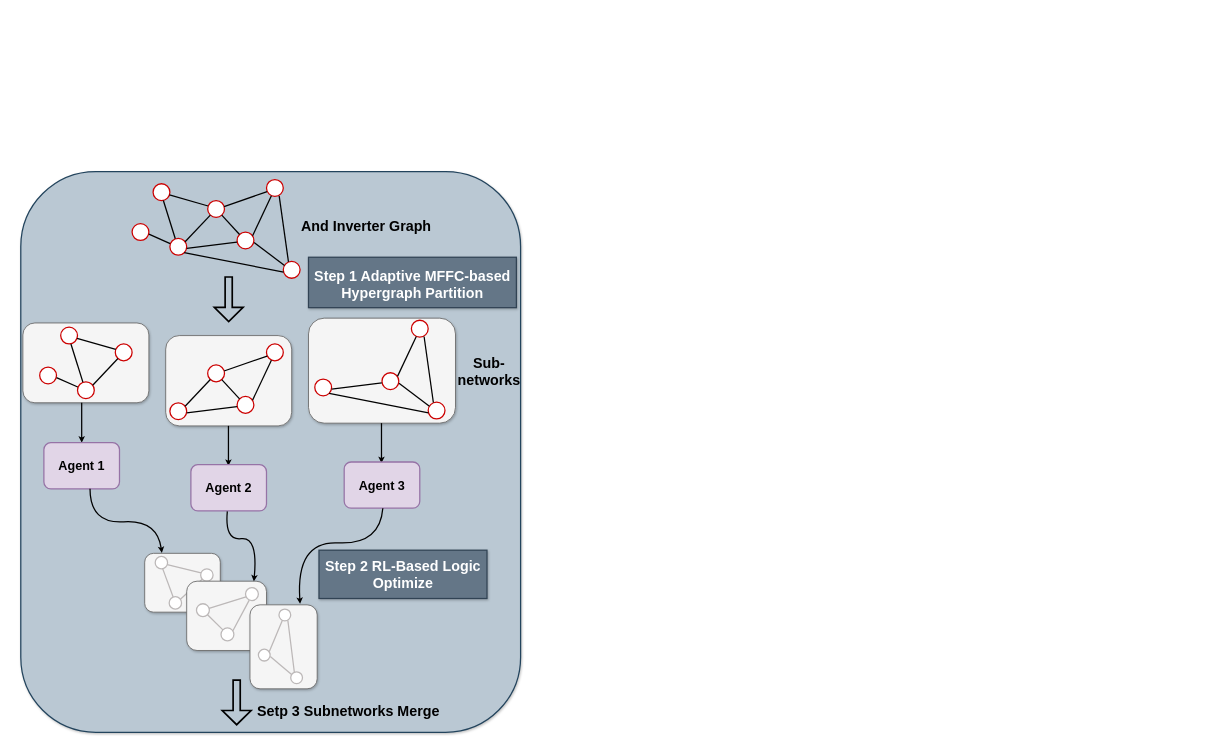
Above: explorationEngine.drawio in kxzhu0505/LogicSynOpt (draw.io), before the change. Source tidied: cells renumbered, new cells numbered last; positions are measured from the earlier drawing's top-left corner, leaving out a move shared by most shapes. Both pictures are drawn from the tidied source at 42%, with x=0, y=0 at pixel (21, 171).
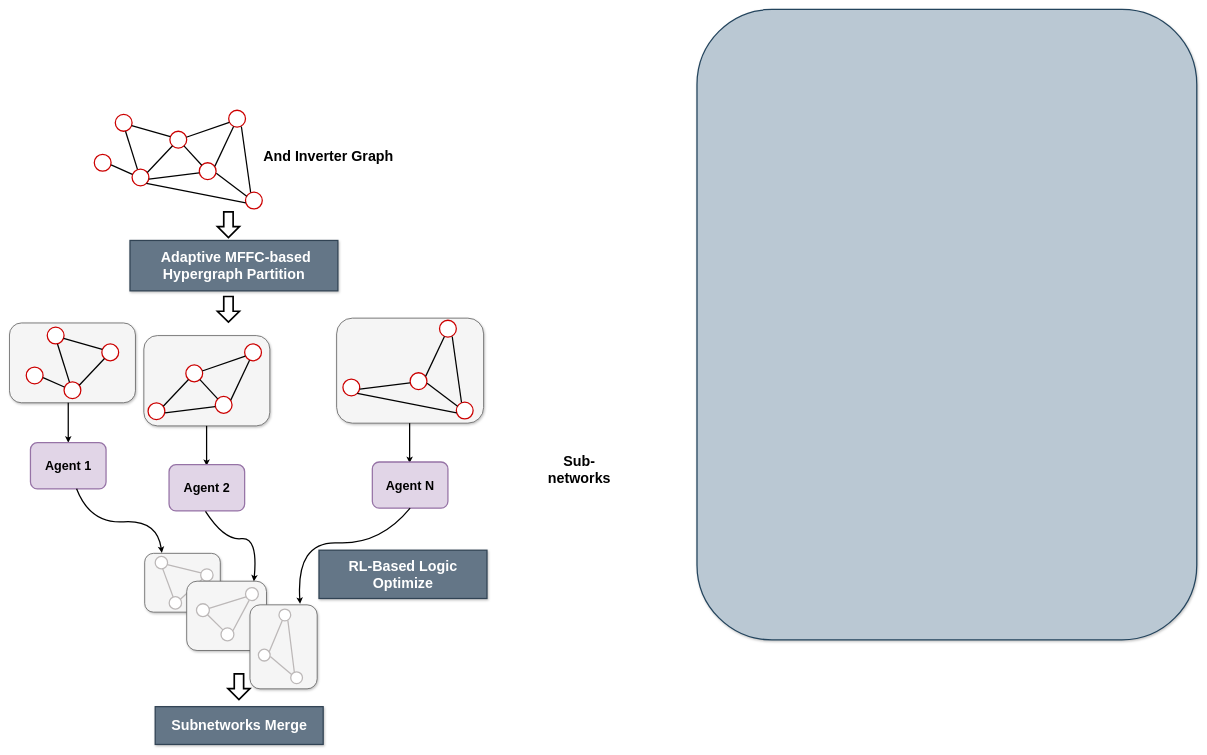
The same diagram, later.

The change refers to these unchanged cells:
```xml
<mxCell id="82" style="group;" parent="1" vertex="1">
  <mxGeometry x="55" y="550.5" width="1085" height="478.5" as="geometry" />
</mxCell>
```

Diff of the diagram source:
```diff
@@
     <mxCell id="2" style="rounded=1;whiteSpace=wrap;html=1;strokeWidth=3;shadow=1;fillColor=#bac8d3;strokeColor=#23445d;" parent="1" vertex="1">
-      <mxGeometry width="1190" height="1335" as="geometry" />
+      <mxGeometry x="1610" y="-386" width="1190" height="1501" as="geometry" />
     </mxCell>
     <mxCell id="3" style="rounded=1;whiteSpace=wrap;html=1;fillColor=#f5f5f5;fontColor=#333333;strokeColor=#666666;strokeWidth=2;shadow=1;" parent="1" vertex="1">
-      <mxGeometry x="685" y="349" width="350" height="250" as="geometry" />
+      <mxGeometry x="752" y="349" width="350" height="250" as="geometry" />
     </mxCell>
     <mxCell id="4" style="rounded=1;whiteSpace=wrap;html=1;fillColor=#f5f5f5;fontColor=#333333;strokeColor=#666666;strokeWidth=2;shadow=1;" parent="1" vertex="1">
-      <mxGeometry x="345" y="390.5" width="300" height="215" as="geometry" />
+      <mxGeometry x="293" y="390.5" width="300" height="215" as="geometry" />
     </mxCell>
     <mxCell id="5" style="rounded=1;whiteSpace=wrap;html=1;fillColor=#f5f5f5;fontColor=#333333;strokeColor=#666666;strokeWidth=2;shadow=1;" parent="1" vertex="1">
-      <mxGeometry x="5" y="360.5" width="300" height="190" as="geometry" />
+      <mxGeometry x="-27" y="360.5" width="300" height="190" as="geometry" />
     </mxCell>
-    <mxCell id="6" style="ellipse;whiteSpace=wrap;html=1;strokeColor=#CC0000;strokeWidth=3;" parent="1" vertex="1">
-      <mxGeometry x="315" y="29" width="40" height="40" as="geometry" />
-    </mxCell>
-    <mxCell id="7" style="ellipse;whiteSpace=wrap;html=1;strokeColor=#CC0000;strokeWidth=3;" parent="1" vertex="1">
-      <mxGeometry x="355" y="159" width="40" height="40" as="geometry" />
-    </mxCell>
-    <mxCell id="8" style="ellipse;whiteSpace=wrap;html=1;strokeColor=#CC0000;strokeWidth=3;" parent="1" vertex="1">
-      <mxGeometry x="445" y="69" width="40" height="40" as="geometry" />
-    </mxCell>
-    <mxCell id="9" style="ellipse;whiteSpace=wrap;html=1;strokeColor=#CC0000;strokeWidth=3;" parent="1" vertex="1">
-      <mxGeometry x="515" y="144" width="40" height="40" as="geometry" />
-    </mxCell>
-    <mxCell id="10" style="ellipse;whiteSpace=wrap;html=1;strokeColor=#CC0000;strokeWidth=3;" parent="1" vertex="1">
-      <mxGeometry x="585" y="19" width="40" height="40" as="geometry" />
-    </mxCell>
-    <mxCell id="11" style="ellipse;whiteSpace=wrap;html=1;strokeColor=#CC0000;strokeWidth=3;" parent="1" vertex="1">
-      <mxGeometry x="625" y="214" width="40" height="40" as="geometry" />
-    </mxCell>
-    <mxCell id="12" style="ellipse;whiteSpace=wrap;html=1;strokeColor=#CC0000;strokeWidth=3;" parent="1" vertex="1">
-      <mxGeometry x="265" y="124" width="40" height="40" as="geometry" />
-    </mxCell>
-    <mxCell id="13" style="endArrow=none;html=1;rounded=0;strokeWidth=3;exitX=0.017;exitY=0.313;exitDx=0;exitDy=0;exitPerimeter=0;" parent="1" edge="1" source="7">
-      <mxGeometry relative="1" as="geometry">
-        <mxPoint x="305" y="149" as="targetPoint" />
-      </mxGeometry>
-    </mxCell>
-    <mxCell id="14" style="endArrow=none;html=1;rounded=0;strokeWidth=3;exitX=0.321;exitY=0.022;exitDx=0;exitDy=0;exitPerimeter=0;entryX=0.609;entryY=1;entryDx=0;entryDy=0;entryPerimeter=0;" parent="1" edge="1" source="7" target="6">
-      <mxGeometry relative="1" as="geometry" />
-    </mxCell>
-    <mxCell id="15" style="endArrow=none;html=1;rounded=0;strokeWidth=3;exitX=0.027;exitY=0.324;exitDx=0;exitDy=0;exitPerimeter=0;entryX=0.974;entryY=0.663;entryDx=0;entryDy=0;entryPerimeter=0;" parent="1" edge="1" source="8" target="6">
-      <mxGeometry relative="1" as="geometry" />
-    </mxCell>
-    <mxCell id="16" style="endArrow=none;html=1;rounded=0;strokeWidth=3;exitX=0.906;exitY=0.204;exitDx=0;exitDy=0;exitPerimeter=0;" parent="1" edge="1" source="7" target="8">
-      <mxGeometry relative="1" as="geometry" />
-    </mxCell>
-    <mxCell id="17" style="endArrow=none;html=1;rounded=0;strokeWidth=3;exitX=1.003;exitY=0.597;exitDx=0;exitDy=0;exitPerimeter=0;entryX=-0.006;entryY=0.597;entryDx=0;entryDy=0;entryPerimeter=0;" parent="1" edge="1" source="7" target="9">
-      <mxGeometry relative="1" as="geometry" />
-    </mxCell>
-    <mxCell id="18" style="endArrow=none;html=1;rounded=0;strokeWidth=3;entryX=0;entryY=0;entryDx=0;entryDy=0;" parent="1" edge="1" source="8" target="9">
-      <mxGeometry relative="1" as="geometry" />
-    </mxCell>
-    <mxCell id="19" style="endArrow=none;html=1;rounded=0;strokeWidth=3;exitX=0.975;exitY=0.358;exitDx=0;exitDy=0;exitPerimeter=0;entryX=0.04;entryY=0.72;entryDx=0;entryDy=0;entryPerimeter=0;" parent="1" edge="1" source="8" target="10">
-      <mxGeometry relative="1" as="geometry" />
-    </mxCell>
-    <mxCell id="20" style="endArrow=none;html=1;rounded=0;strokeWidth=3;entryX=0.923;entryY=0.216;entryDx=0;entryDy=0;exitX=0.292;exitY=0.963;exitDx=0;exitDy=0;exitPerimeter=0;entryPerimeter=0;" parent="1" edge="1" source="10" target="9">
-      <mxGeometry relative="1" as="geometry" />
-    </mxCell>
-    <mxCell id="21" style="endArrow=none;html=1;rounded=0;strokeWidth=3;exitX=1.012;exitY=0.625;exitDx=0;exitDy=0;exitPerimeter=0;entryX=0.073;entryY=0.237;entryDx=0;entryDy=0;entryPerimeter=0;" parent="1" edge="1" source="9" target="11">
-      <mxGeometry relative="1" as="geometry" />
-    </mxCell>
-    <mxCell id="22" style="endArrow=none;html=1;rounded=0;strokeWidth=3;entryX=0.308;entryY=0.021;entryDx=0;entryDy=0;exitX=0.755;exitY=0.968;exitDx=0;exitDy=0;exitPerimeter=0;entryPerimeter=0;" parent="1" edge="1" source="10" target="11">
-      <mxGeometry relative="1" as="geometry" />
-    </mxCell>
     <mxCell id="23" style="ellipse;whiteSpace=wrap;html=1;strokeColor=#CC0000;strokeWidth=3;" parent="1" vertex="1">
-      <mxGeometry x="95" y="370.5" width="40" height="40" as="geometry" />
+      <mxGeometry x="63" y="370.5" width="40" height="40" as="geometry" />
     </mxCell>
     <mxCell id="24" style="ellipse;whiteSpace=wrap;html=1;strokeColor=#CC0000;strokeWidth=3;" parent="1" vertex="1">
-      <mxGeometry x="135" y="500.5" width="40" height="40" as="geometry" />
+      <mxGeometry x="103" y="500.5" width="40" height="40" as="geometry" />
     </mxCell>
     <mxCell id="25" style="ellipse;whiteSpace=wrap;html=1;strokeColor=#CC0000;strokeWidth=3;" parent="1" vertex="1">
-      <mxGeometry x="225" y="410.5" width="40" height="40" as="geometry" />
+      <mxGeometry x="193" y="410.5" width="40" height="40" as="geometry" />
     </mxCell>
     <mxCell id="26" style="ellipse;whiteSpace=wrap;html=1;strokeColor=#CC0000;strokeWidth=3;" parent="1" vertex="1">
-      <mxGeometry x="45" y="465.5" width="40" height="40" as="geometry" />
+      <mxGeometry x="13" y="465.5" width="40" height="40" as="geometry" />
     </mxCell>
     <mxCell id="27" style="endArrow=none;html=1;rounded=0;strokeWidth=3;exitX=0.017;exitY=0.313;exitDx=0;exitDy=0;exitPerimeter=0;" parent="1" edge="1" source="24">
       <mxGeometry relative="1" as="geometry">
-        <mxPoint x="85" y="490.5" as="targetPoint" />
+        <mxPoint x="53" y="490.5" as="targetPoint" />
       </mxGeometry>
     </mxCell>
@@
-    <mxCell id="31" style="endArrow=none;html=1;rounded=0;strokeWidth=3;exitX=1;exitY=1;exitDx=0;exitDy=0;entryX=0.018;entryY=0.633;entryDx=0;entryDy=0;entryPerimeter=0;" parent="1" edge="1" source="7" target="11">
-      <mxGeometry relative="1" as="geometry" />
-    </mxCell>
     <mxCell id="32" style="ellipse;whiteSpace=wrap;html=1;strokeColor=#CC0000;strokeWidth=3;" parent="1" vertex="1">
-      <mxGeometry x="355" y="550.5" width="40" height="40" as="geometry" />
+      <mxGeometry x="303" y="550.5" width="40" height="40" as="geometry" />
     </mxCell>
     <mxCell id="33" style="ellipse;whiteSpace=wrap;html=1;strokeColor=#CC0000;strokeWidth=3;" parent="1" vertex="1">
-      <mxGeometry x="445" y="460.5" width="40" height="40" as="geometry" />
+      <mxGeometry x="393" y="460.5" width="40" height="40" as="geometry" />
     </mxCell>
     <mxCell id="34" style="ellipse;whiteSpace=wrap;html=1;strokeColor=#CC0000;strokeWidth=3;" parent="1" vertex="1">
-      <mxGeometry x="515" y="535.5" width="40" height="40" as="geometry" />
+      <mxGeometry x="463" y="535.5" width="40" height="40" as="geometry" />
     </mxCell>
     <mxCell id="35" style="ellipse;whiteSpace=wrap;html=1;strokeColor=#CC0000;strokeWidth=3;" parent="1" vertex="1">
-      <mxGeometry x="585" y="410.5" width="40" height="40" as="geometry" />
+      <mxGeometry x="533" y="410.5" width="40" height="40" as="geometry" />
     </mxCell>
@@
     <mxCell id="41" style="ellipse;whiteSpace=wrap;html=1;strokeColor=#CC0000;strokeWidth=3;" parent="1" vertex="1">
-      <mxGeometry x="700" y="494" width="40" height="40" as="geometry" />
+      <mxGeometry x="767" y="494" width="40" height="40" as="geometry" />
     </mxCell>
     <mxCell id="42" style="ellipse;whiteSpace=wrap;html=1;strokeColor=#CC0000;strokeWidth=3;" parent="1" vertex="1">
-      <mxGeometry x="860" y="479" width="40" height="40" as="geometry" />
+      <mxGeometry x="927" y="479" width="40" height="40" as="geometry" />
     </mxCell>
     <mxCell id="43" style="ellipse;whiteSpace=wrap;html=1;strokeColor=#CC0000;strokeWidth=3;" parent="1" vertex="1">
-      <mxGeometry x="930" y="354" width="40" height="40" as="geometry" />
+      <mxGeometry x="997" y="354" width="40" height="40" as="geometry" />
     </mxCell>
     <mxCell id="44" style="ellipse;whiteSpace=wrap;html=1;strokeColor=#CC0000;strokeWidth=3;" parent="1" vertex="1">
-      <mxGeometry x="970" y="549" width="40" height="40" as="geometry" />
+      <mxGeometry x="1037" y="549" width="40" height="40" as="geometry" />
     </mxCell>
@@
-    <mxCell id="50" value="&lt;font size=&quot;1&quot; style=&quot;&quot;&gt;&lt;b style=&quot;font-size: 34px;&quot;&gt;And Inverter Graph&lt;/b&gt;&lt;/font&gt;" style="text;html=1;align=center;verticalAlign=middle;whiteSpace=wrap;rounded=0;" parent="1" vertex="1">
-      <mxGeometry x="645" y="114" width="355" height="30" as="geometry" />
-    </mxCell>
-    <mxCell id="51" style="shape=flexArrow;endArrow=classic;html=1;rounded=0;strokeWidth=4;endWidth=47.5992438563327;endSize=9.921212121212122;width=13.93939393939394;" parent="1" edge="1">
+    <mxCell id="51" style="shape=flexArrow;endArrow=classic;html=1;rounded=0;strokeWidth=4;endWidth=25.992865636147446;endSize=7.303448275862069;width=19.310344827586206;" parent="1" edge="1">
       <mxGeometry relative="1" as="geometry">
-        <mxPoint x="495" y="249" as="sourcePoint" />
-        <mxPoint x="495" y="359" as="targetPoint" />
+        <mxPoint x="494.4" y="295.5" as="sourcePoint" />
+        <mxPoint x="494.4" y="360.5" as="targetPoint" />
       </mxGeometry>
     </mxCell>
     <mxCell id="52" value="&lt;font size=&quot;1&quot; style=&quot;&quot;&gt;&lt;b style=&quot;font-size: 34px;&quot;&gt;Sub-networks&lt;/b&gt;&lt;/font&gt;" style="text;html=1;align=center;verticalAlign=middle;whiteSpace=wrap;rounded=0;" parent="1" vertex="1">
-      <mxGeometry x="1045" y="460.5" width="140" height="30" as="geometry" />
+      <mxGeometry x="1260" y="694" width="140" height="30" as="geometry" />
     </mxCell>
@@
-    <mxCell id="76" value="&lt;b style=&quot;&quot;&gt;&lt;font style=&quot;font-size: 34px;&quot;&gt;Setp 3 Subnetworks Merge&lt;/font&gt;&lt;/b&gt;" style="text;html=1;align=center;verticalAlign=middle;whiteSpace=wrap;rounded=0;" parent="1" vertex="1">
-      <mxGeometry x="560" y="1269" width="440" height="30" as="geometry" />
-    </mxCell>
-    <mxCell id="77" style="shape=flexArrow;endArrow=classic;html=1;rounded=0;strokeWidth=4;endWidth=47.5992438563327;endSize=9.921212121212122;width=13.93939393939394;" parent="1" edge="1">
-      <mxGeometry relative="1" as="geometry">
-        <mxPoint x="514" y="1209" as="sourcePoint" />
-        <mxPoint x="514" y="1319" as="targetPoint" />
-      </mxGeometry>
-    </mxCell>
-    <mxCell id="78" style="rounded=0;whiteSpace=wrap;html=1;fillColor=#647687;fontColor=#ffffff;strokeColor=#314354;strokeWidth=3;shadow=1;" parent="1" vertex="1">
-      <mxGeometry x="685" y="204" width="495" height="120" as="geometry" />
-    </mxCell>
@@
-    <mxCell id="80" value="&lt;b style=&quot;&quot;&gt;&lt;font color=&quot;#ffffff&quot; style=&quot;font-size: 34px;&quot;&gt;Step 1 Adaptive MFFC-based Hypergraph Partition&lt;/font&gt;&lt;/b&gt;" style="text;html=1;align=center;verticalAlign=middle;whiteSpace=wrap;rounded=0;" parent="1" vertex="1">
-      <mxGeometry x="625" y="254" width="615" height="30" as="geometry" />
-    </mxCell>
-    <mxCell id="81" value="&lt;font color=&quot;#ffffff&quot; size=&quot;1&quot; style=&quot;&quot;&gt;&lt;b style=&quot;font-size: 34px;&quot;&gt;Step 2 RL-Based Logic Optimize&lt;/b&gt;&lt;/font&gt;" style="text;html=1;align=center;verticalAlign=middle;whiteSpace=wrap;rounded=0;" parent="1" vertex="1">
+    <mxCell id="81" value="&lt;font color=&quot;#ffffff&quot; size=&quot;1&quot; style=&quot;&quot;&gt;&lt;b style=&quot;font-size: 34px;&quot;&gt;RL-Based Logic Optimize&lt;/b&gt;&lt;/font&gt;" style="text;html=1;align=center;verticalAlign=middle;whiteSpace=wrap;rounded=0;" parent="1" vertex="1">
       <mxGeometry x="720" y="944" width="380" height="30" as="geometry" />
     </mxCell>
@@
     <mxCell id="83" style="endArrow=classic;html=1;rounded=0;strokeWidth=3;" parent="82" edge="1">
       <mxGeometry relative="1" as="geometry">
-        <mxPoint x="90" as="sourcePoint" />
-        <mxPoint x="90" y="95" as="targetPoint" />
+        <mxPoint x="58" as="sourcePoint" />
+        <mxPoint x="58" y="95" as="targetPoint" />
       </mxGeometry>
     </mxCell>
     <mxCell id="84" style="endArrow=classic;html=1;rounded=0;strokeWidth=3;" parent="82" edge="1">
       <mxGeometry relative="1" as="geometry">
-        <mxPoint x="439.4" y="55" as="sourcePoint" />
-        <mxPoint x="439.4" y="150" as="targetPoint" />
+        <mxPoint x="387.4" y="55" as="sourcePoint" />
+        <mxPoint x="387.4" y="150" as="targetPoint" />
       </mxGeometry>
     </mxCell>
     <mxCell id="85" style="endArrow=classic;html=1;rounded=0;strokeWidth=3;" parent="82" edge="1">
       <mxGeometry relative="1" as="geometry">
-        <mxPoint x="803.8" y="48.5" as="sourcePoint" />
-        <mxPoint x="803.8" y="143.5" as="targetPoint" />
+        <mxPoint x="870.8" y="48.5" as="sourcePoint" />
+        <mxPoint x="870.8" y="143.5" as="targetPoint" />
       </mxGeometry>
     </mxCell>
     <mxCell id="86" value="&lt;font size=&quot;1&quot; style=&quot;&quot;&gt;&lt;b style=&quot;font-size: 30px;&quot;&gt;Agent 1&lt;/b&gt;&lt;/font&gt;" style="rounded=1;whiteSpace=wrap;html=1;fillColor=#e1d5e7;strokeColor=#9673a6;strokeWidth=3;" parent="82" vertex="1">
-      <mxGeometry y="95" width="180" height="110" as="geometry" />
+      <mxGeometry x="-32" y="95" width="180" height="110" as="geometry" />
     </mxCell>
-    <mxCell id="87" value="&lt;font size=&quot;1&quot; style=&quot;&quot;&gt;&lt;b style=&quot;font-size: 30px;&quot;&gt;Agent 3&lt;/b&gt;&lt;/font&gt;" style="rounded=1;whiteSpace=wrap;html=1;fillColor=#e1d5e7;strokeColor=#9673a6;strokeWidth=3;" parent="82" vertex="1">
-      <mxGeometry x="715" y="141" width="180" height="110" as="geometry" />
+    <mxCell id="87" value="&lt;font size=&quot;1&quot; style=&quot;&quot;&gt;&lt;b style=&quot;font-size: 30px;&quot;&gt;Agent N&lt;/b&gt;&lt;/font&gt;" style="rounded=1;whiteSpace=wrap;html=1;fillColor=#e1d5e7;strokeColor=#9673a6;strokeWidth=3;" parent="82" vertex="1">
+      <mxGeometry x="782" y="141" width="180" height="110" as="geometry" />
     </mxCell>
     <mxCell id="88" value="&lt;font size=&quot;1&quot; style=&quot;&quot;&gt;&lt;b style=&quot;font-size: 30px;&quot;&gt;Agent 2&lt;/b&gt;&lt;/font&gt;" style="rounded=1;whiteSpace=wrap;html=1;fillColor=#e1d5e7;strokeColor=#9673a6;strokeWidth=3;" parent="82" vertex="1">
-      <mxGeometry x="350" y="147.5" width="180" height="110" as="geometry" />
+      <mxGeometry x="298" y="147.5" width="180" height="110" as="geometry" />
     </mxCell>
@@
-    <mxCell id="91" style="curved=1;endArrow=classic;html=1;rounded=0;strokeWidth=3;exitX=0.482;exitY=1.01;exitDx=0;exitDy=0;exitPerimeter=0;" parent="82" edge="1">
+    <mxCell id="91" style="curved=1;endArrow=classic;html=1;rounded=0;strokeWidth=3;exitX=0.5;exitY=1;exitDx=0;exitDy=0;" parent="82" edge="1" source="87">
       <mxGeometry relative="1" as="geometry">
-        <mxPoint x="807" y="251" as="sourcePoint" />
         <mxPoint x="610" y="478.5" as="targetPoint" />
         <Array as="points">
           <mxPoint x="800" y="338.5" />
           <mxPoint x="600" y="328.5" />
         </Array>
       </mxGeometry>
     </mxCell>
+    <mxCell id="92" style="group;" parent="1" vertex="1">
+      <mxGeometry x="175" y="-146" width="735" height="235" as="geometry" />
+    </mxCell>
+    <mxCell id="6" style="ellipse;whiteSpace=wrap;html=1;strokeColor=#CC0000;strokeWidth=3;" parent="92" vertex="1">
+      <mxGeometry x="50" y="10" width="40" height="40" as="geometry" />
+    </mxCell>
+    <mxCell id="7" style="ellipse;whiteSpace=wrap;html=1;strokeColor=#CC0000;strokeWidth=3;" parent="92" vertex="1">
+      <mxGeometry x="90" y="140" width="40" height="40" as="geometry" />
+    </mxCell>
+    <mxCell id="8" style="ellipse;whiteSpace=wrap;html=1;strokeColor=#CC0000;strokeWidth=3;" parent="92" vertex="1">
+      <mxGeometry x="180" y="50" width="40" height="40" as="geometry" />
+    </mxCell>
+    <mxCell id="9" style="ellipse;whiteSpace=wrap;html=1;strokeColor=#CC0000;strokeWidth=3;" parent="92" vertex="1">
+      <mxGeometry x="250" y="125" width="40" height="40" as="geometry" />
+    </mxCell>
+    <mxCell id="10" style="ellipse;whiteSpace=wrap;html=1;strokeColor=#CC0000;strokeWidth=3;" parent="92" vertex="1">
+      <mxGeometry x="320" width="40" height="40" as="geometry" />
+    </mxCell>
+    <mxCell id="11" style="ellipse;whiteSpace=wrap;html=1;strokeColor=#CC0000;strokeWidth=3;" parent="92" vertex="1">
+      <mxGeometry x="360" y="195" width="40" height="40" as="geometry" />
+    </mxCell>
+    <mxCell id="12" style="ellipse;whiteSpace=wrap;html=1;strokeColor=#CC0000;strokeWidth=3;" parent="92" vertex="1">
+      <mxGeometry y="105" width="40" height="40" as="geometry" />
+    </mxCell>
+    <mxCell id="13" style="endArrow=none;html=1;rounded=0;strokeWidth=3;exitX=0.017;exitY=0.313;exitDx=0;exitDy=0;exitPerimeter=0;" parent="92" edge="1" source="7">
+      <mxGeometry relative="1" as="geometry">
+        <mxPoint x="40" y="130" as="targetPoint" />
+      </mxGeometry>
+    </mxCell>
+    <mxCell id="14" style="endArrow=none;html=1;rounded=0;strokeWidth=3;exitX=0.321;exitY=0.022;exitDx=0;exitDy=0;exitPerimeter=0;entryX=0.609;entryY=1;entryDx=0;entryDy=0;entryPerimeter=0;" parent="92" edge="1" source="7" target="6">
+      <mxGeometry relative="1" as="geometry" />
+    </mxCell>
+    <mxCell id="15" style="endArrow=none;html=1;rounded=0;strokeWidth=3;exitX=0.027;exitY=0.324;exitDx=0;exitDy=0;exitPerimeter=0;entryX=0.974;entryY=0.663;entryDx=0;entryDy=0;entryPerimeter=0;" parent="92" edge="1" source="8" target="6">
+      <mxGeometry relative="1" as="geometry" />
+    </mxCell>
+    <mxCell id="16" style="endArrow=none;html=1;rounded=0;strokeWidth=3;exitX=0.906;exitY=0.204;exitDx=0;exitDy=0;exitPerimeter=0;" parent="92" edge="1" source="7" target="8">
+      <mxGeometry relative="1" as="geometry" />
+    </mxCell>
+    <mxCell id="17" style="endArrow=none;html=1;rounded=0;strokeWidth=3;exitX=1.003;exitY=0.597;exitDx=0;exitDy=0;exitPerimeter=0;entryX=-0.006;entryY=0.597;entryDx=0;entryDy=0;entryPerimeter=0;" parent="92" edge="1" source="7" target="9">
+      <mxGeometry relative="1" as="geometry" />
+    </mxCell>
+    <mxCell id="18" style="endArrow=none;html=1;rounded=0;strokeWidth=3;entryX=0;entryY=0;entryDx=0;entryDy=0;" parent="92" edge="1" source="8" target="9">
+      <mxGeometry relative="1" as="geometry" />
+    </mxCell>
+    <mxCell id="19" style="endArrow=none;html=1;rounded=0;strokeWidth=3;exitX=0.975;exitY=0.358;exitDx=0;exitDy=0;exitPerimeter=0;entryX=0.04;entryY=0.72;entryDx=0;entryDy=0;entryPerimeter=0;" parent="92" edge="1" source="8" target="10">
+      <mxGeometry relative="1" as="geometry" />
+    </mxCell>
+    <mxCell id="20" style="endArrow=none;html=1;rounded=0;strokeWidth=3;entryX=0.923;entryY=0.216;entryDx=0;entryDy=0;exitX=0.292;exitY=0.963;exitDx=0;exitDy=0;exitPerimeter=0;entryPerimeter=0;" parent="92" edge="1" source="10" target="9">
+      <mxGeometry relative="1" as="geometry" />
+    </mxCell>
+    <mxCell id="21" style="endArrow=none;html=1;rounded=0;strokeWidth=3;exitX=1.012;exitY=0.625;exitDx=0;exitDy=0;exitPerimeter=0;entryX=0.073;entryY=0.237;entryDx=0;entryDy=0;entryPerimeter=0;" parent="92" edge="1" source="9" target="11">
+      <mxGeometry relative="1" as="geometry" />
+    </mxCell>
+    <mxCell id="22" style="endArrow=none;html=1;rounded=0;strokeWidth=3;entryX=0.308;entryY=0.021;entryDx=0;entryDy=0;exitX=0.755;exitY=0.968;exitDx=0;exitDy=0;exitPerimeter=0;entryPerimeter=0;" parent="92" edge="1" source="10" target="11">
+      <mxGeometry relative="1" as="geometry" />
+    </mxCell>
+    <mxCell id="31" style="endArrow=none;html=1;rounded=0;strokeWidth=3;exitX=1;exitY=1;exitDx=0;exitDy=0;entryX=0.018;entryY=0.633;entryDx=0;entryDy=0;entryPerimeter=0;" parent="92" edge="1" source="7" target="11">
+      <mxGeometry relative="1" as="geometry" />
+    </mxCell>
+    <mxCell id="50" value="&lt;font size=&quot;1&quot; style=&quot;&quot;&gt;&lt;b style=&quot;font-size: 34px;&quot;&gt;And Inverter Graph&lt;/b&gt;&lt;/font&gt;" style="text;html=1;align=center;verticalAlign=middle;whiteSpace=wrap;rounded=0;" parent="92" vertex="1">
+      <mxGeometry x="380" y="95" width="355" height="30" as="geometry" />
+    </mxCell>
+    <mxCell id="93" style="group;" parent="1" vertex="1">
+      <mxGeometry x="200" y="164" width="615" height="120" as="geometry" />
+    </mxCell>
+    <mxCell id="78" value="&lt;b style=&quot;color: rgb(0, 0, 0);&quot;&gt;&lt;font style=&quot;font-size: 34px;&quot; color=&quot;#ffffff&quot;&gt;&amp;nbsp;Adaptive MFFC-based Hypergraph Partition&lt;/font&gt;&lt;/b&gt;" style="rounded=0;whiteSpace=wrap;html=1;fillColor=#647687;fontColor=#ffffff;strokeColor=#314354;strokeWidth=3;shadow=1;" parent="93" vertex="1">
+      <mxGeometry x="60" width="495" height="120" as="geometry" />
+    </mxCell>
+    <mxCell id="94" style="shape=flexArrow;endArrow=classic;html=1;rounded=0;strokeWidth=4;endWidth=25.992865636147446;endSize=7.303448275862069;width=19.310344827586206;" parent="1" edge="1">
+      <mxGeometry relative="1" as="geometry">
+        <mxPoint x="494.4" y="94" as="sourcePoint" />
+        <mxPoint x="494.4" y="159" as="targetPoint" />
+      </mxGeometry>
+    </mxCell>
+    <mxCell id="95" value="&lt;b style=&quot;&quot;&gt;&lt;font style=&quot;font-size: 34px;&quot;&gt;Subnetworks Merge&lt;/font&gt;&lt;/b&gt;" style="rounded=0;whiteSpace=wrap;html=1;fillColor=#647687;fontColor=#ffffff;strokeColor=#314354;strokeWidth=3;shadow=1;" parent="1" vertex="1">
+      <mxGeometry x="320" y="1274" width="400" height="90" as="geometry" />
+    </mxCell>
+    <mxCell id="96" style="shape=flexArrow;endArrow=classic;html=1;rounded=0;strokeWidth=4;endWidth=25.992865636147446;endSize=7.303448275862069;width=19.310344827586206;" parent="1" edge="1">
+      <mxGeometry relative="1" as="geometry">
+        <mxPoint x="519.4" y="1194" as="sourcePoint" />
+        <mxPoint x="519.4" y="1259" as="targetPoint" />
+      </mxGeometry>
+    </mxCell>
```
